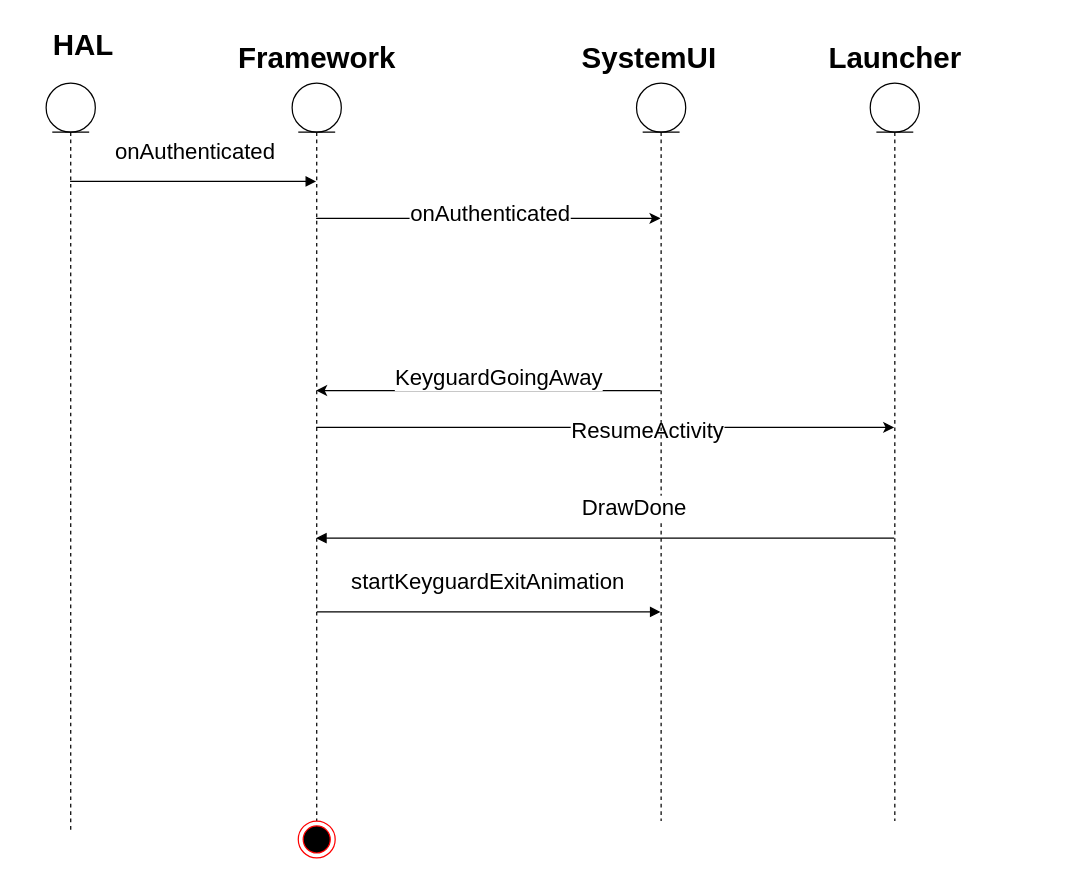
This is Untitled Diagram.drawio from shcalm/wx_pplab, a draw.io file, before an edit. Source tidied: cells renumbered, new cells numbered last; positions are measured from the earlier drawing's top-left corner, leaving out a move shared by most shapes. Both pictures are drawn from the tidied source at 123%, with x=0, y=0 at pixel (21, 21).
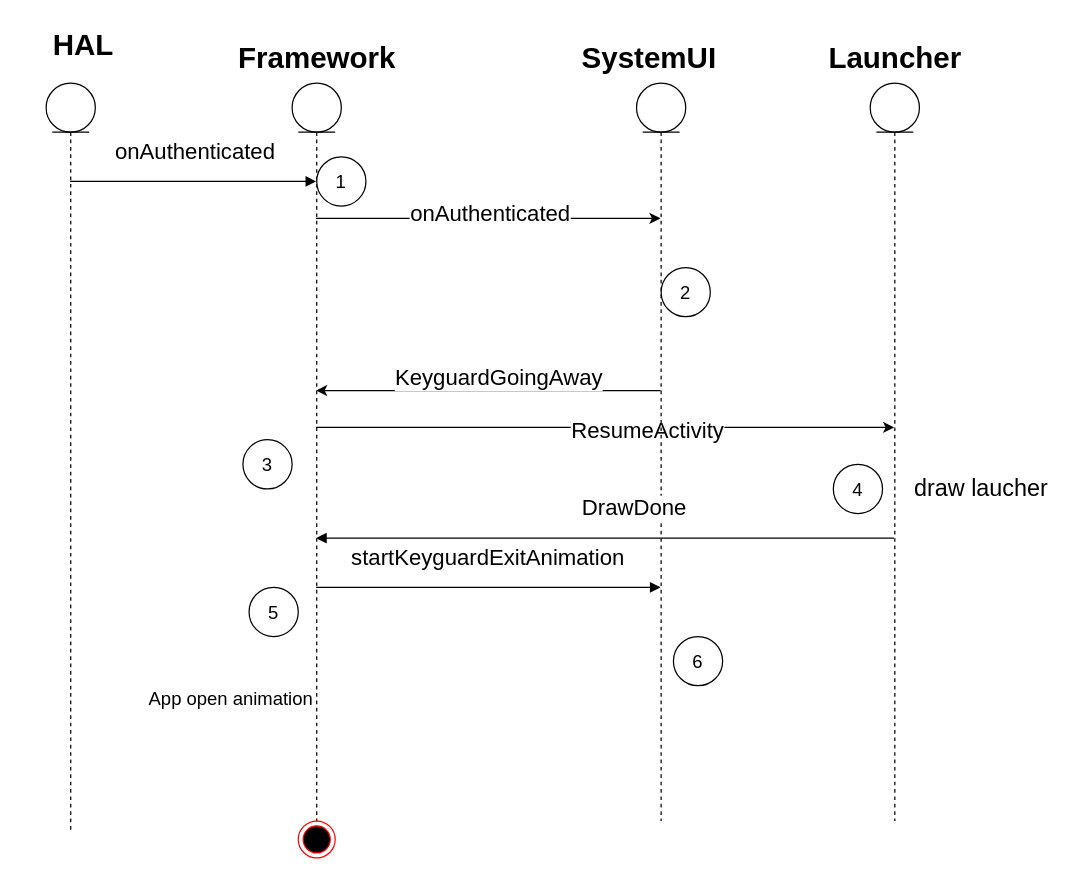
Above is the later version.

The change refers to these unchanged cells:
```xml
<mxCell id="7" style="shape=umlLifeline;participant=umlEntity;perimeter=lifelinePerimeter;whiteSpace=wrap;html=1;verticalAlign=top;spacingTop=36;outlineConnect=0;" parent="1" vertex="1">
  <mxGeometry x="220" y="50" width="40" height="600" as="geometry" />
</mxCell>
<mxCell id="11" style="shape=umlLifeline;participant=umlEntity;perimeter=lifelinePerimeter;whiteSpace=wrap;html=1;verticalAlign=top;spacingTop=36;outlineConnect=0;" parent="1" vertex="1">
  <mxGeometry x="500" y="50" width="40" height="600" as="geometry" />
</mxCell>
```

Change to the diagram source:
```diff
@@
-    <mxCell id="14" value="startKeyguardExitAnimation" style="html=1;verticalAlign=bottom;endArrow=block;fontSize=18;" parent="1" edge="1" target="11">
+    <mxCell id="14" value="startKeyguardExitAnimation" style="html=1;verticalAlign=bottom;endArrow=block;fontSize=18;" parent="1" edge="1" source="7" target="11">
       <mxGeometry y="10" relative="1" as="geometry">
-        <mxPoint x="240" y="480" as="sourcePoint" />
+        <Array as="points">
+          <mxPoint x="270" y="460" />
+        </Array>
         <mxPoint x="-1" as="offset" />
       </mxGeometry>
     </mxCell>
@@
+    <mxCell id="20" value="draw laucher&lt;br style=&quot;font-size: 19px;&quot;&gt;" style="text;strokeColor=none;fillColor=none;html=1;fontSize=19;fontStyle=0;verticalAlign=middle;align=center;" parent="1" vertex="1">
+      <mxGeometry x="730" y="360" width="100" height="40" as="geometry" />
+    </mxCell>
+    <mxCell id="21" value="App open animation&lt;br style=&quot;font-size: 15px;&quot;&gt;" style="text;strokeColor=none;fillColor=none;html=1;fontSize=15;fontStyle=0;verticalAlign=middle;align=center;" parent="1" vertex="1">
+      <mxGeometry x="120" y="530" width="100" height="40" as="geometry" />
+    </mxCell>
+    <mxCell id="22" value="1" style="ellipse;whiteSpace=wrap;html=1;fontSize=15;" parent="1" vertex="1">
+      <mxGeometry x="240" y="110" width="40" height="40" as="geometry" />
+    </mxCell>
+    <mxCell id="23" value="2" style="ellipse;whiteSpace=wrap;html=1;fontSize=15;" parent="1" vertex="1">
+      <mxGeometry x="520" y="200" width="40" height="40" as="geometry" />
+    </mxCell>
+    <mxCell id="24" value="3" style="ellipse;whiteSpace=wrap;html=1;fontSize=15;" parent="1" vertex="1">
+      <mxGeometry x="180" y="340" width="40" height="40" as="geometry" />
+    </mxCell>
+    <mxCell id="25" value="4" style="ellipse;whiteSpace=wrap;html=1;fontSize=15;" parent="1" vertex="1">
+      <mxGeometry x="660" y="360" width="40" height="40" as="geometry" />
+    </mxCell>
+    <mxCell id="26" value="5" style="ellipse;whiteSpace=wrap;html=1;fontSize=15;" parent="1" vertex="1">
+      <mxGeometry x="185" y="460" width="40" height="40" as="geometry" />
+    </mxCell>
+    <mxCell id="27" value="6" style="ellipse;whiteSpace=wrap;html=1;fontSize=15;" parent="1" vertex="1">
+      <mxGeometry x="530" y="500" width="40" height="40" as="geometry" />
+    </mxCell>
```
